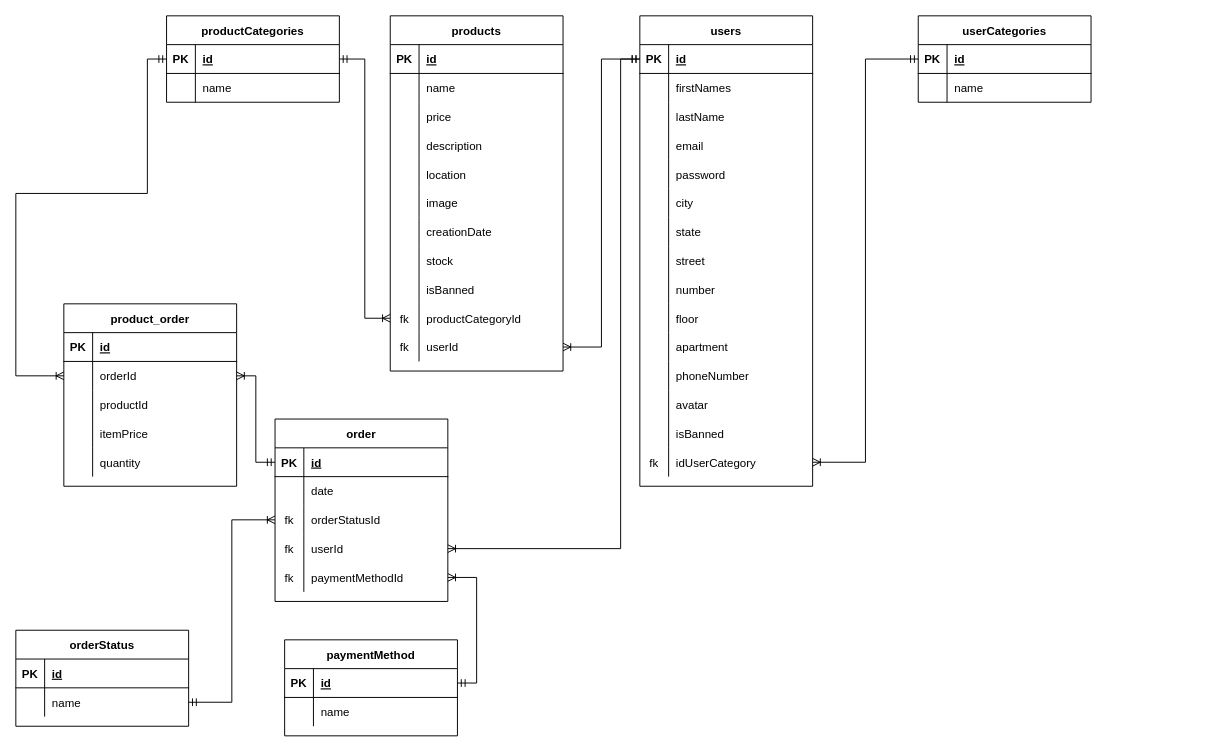
Before: diagrama-db/diagrama.drawio in 0920CDFSNCN27ARED/grupo-04, a draw.io diagram. Source tidied: cells renumbered, new cells numbered last; positions are measured from the earlier drawing's top-left corner, leaving out a move shared by most shapes. Both pictures are drawn from the tidied source at 96%, with x=0, y=0 at pixel (15, 15).
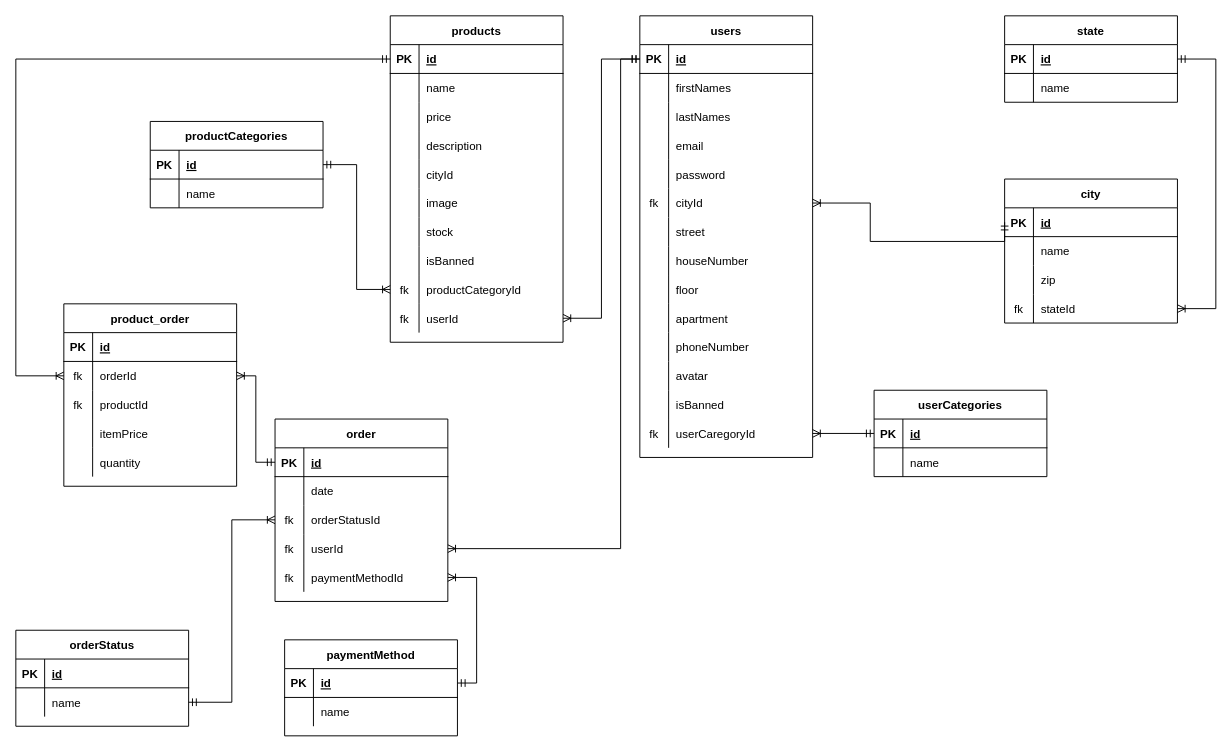
Above is the later version.

Commit message:
Mejoras en diagrama de DB

The change refers to these unchanged cells:
```xml
<mxCell id="9" style="shape=partialRectangle;fillColor=none;top=0;left=0;bottom=0;right=0;" parent="2" vertex="1">
  <mxGeometry y="90" width="180" height="30" as="geometry" />
</mxCell>
<mxCell id="18" style="shape=partialRectangle;fillColor=none;top=0;left=0;bottom=0;right=0;" parent="2" vertex="1">
  <mxGeometry y="180" width="180" height="30" as="geometry" />
</mxCell>
<mxCell id="57" style="shape=partialRectangle;fillColor=none;top=0;left=0;bottom=1;right=0;points=[[0,0.5],[1,0.5]];portConstraint=eastwest;" parent="56" vertex="1">
  <mxGeometry y="30" width="180" height="30" as="geometry" />
</mxCell>
<mxCell id="69" style="shape=partialRectangle;fillColor=none;top=0;left=0;bottom=0;right=0;" parent="56" vertex="1">
  <mxGeometry y="150" width="180" height="30" as="geometry" />
</mxCell>
<mxCell id="92" style="shape=partialRectangle;fillColor=none;top=0;left=0;bottom=1;right=0;points=[[0,0.5],[1,0.5]];portConstraint=eastwest;" parent="91" vertex="1">
  <mxGeometry y="30" width="180" height="30" as="geometry" />
</mxCell>
<mxCell id="128" style="shape=partialRectangle;fillColor=none;top=0;left=0;bottom=0;right=0;points=[[0,0.5],[1,0.5]];portConstraint=eastwest;" parent="124" vertex="1">
  <mxGeometry y="60" width="180" height="30" as="geometry" />
</mxCell>
<mxCell id="131" style="shape=partialRectangle;fillColor=none;top=0;left=0;bottom=0;right=0;" parent="124" vertex="1">
  <mxGeometry y="90" width="180" height="30" as="geometry" />
</mxCell>
```

The edit, as a diff of the source:
```diff
@@
     <mxCell id="2" value="users" style="shape=table;startSize=30;childLayout=tableLayout;rowLines=0;fontStyle=1;align=center;" parent="1" vertex="1">
-      <mxGeometry x="650" width="180" height="490" as="geometry" />
+      <mxGeometry x="650" width="180" height="460" as="geometry" />
     </mxCell>
@@
-    <mxCell id="11" value="lastName" style="shape=partialRectangle;fillColor=none;top=0;left=0;bottom=0;right=0;align=left;spacingLeft=6;overflow=hidden;" parent="9" vertex="1">
+    <mxCell id="11" value="lastNames" style="shape=partialRectangle;fillColor=none;top=0;left=0;bottom=0;right=0;align=left;spacingLeft=6;overflow=hidden;" parent="9" vertex="1">
       <mxGeometry x="30" width="150" height="30" as="geometry" />
     </mxCell>
@@
-    <mxCell id="19" style="shape=partialRectangle;fillColor=none;top=0;left=0;bottom=0;right=0;overflow=hidden;" parent="18" vertex="1">
+    <mxCell id="19" value="fk" style="shape=partialRectangle;fillColor=none;top=0;left=0;bottom=0;right=0;overflow=hidden;" parent="18" vertex="1">
       <mxGeometry width="30" height="30" as="geometry" />
     </mxCell>
-    <mxCell id="20" value="city" style="shape=partialRectangle;fillColor=none;top=0;left=0;bottom=0;right=0;align=left;spacingLeft=6;overflow=hidden;" parent="18" vertex="1">
+    <mxCell id="20" value="cityId" style="shape=partialRectangle;fillColor=none;top=0;left=0;bottom=0;right=0;align=left;spacingLeft=6;overflow=hidden;" parent="18" vertex="1">
       <mxGeometry x="30" width="150" height="30" as="geometry" />
     </mxCell>
-    <mxCell id="21" style="shape=partialRectangle;fillColor=none;top=0;left=0;bottom=0;right=0;" parent="2" vertex="1">
-      <mxGeometry y="210" width="180" height="30" as="geometry" />
-    </mxCell>
-    <mxCell id="22" style="shape=partialRectangle;fillColor=none;top=0;left=0;bottom=0;right=0;overflow=hidden;" parent="21" vertex="1">
-      <mxGeometry width="30" height="30" as="geometry" />
-    </mxCell>
-    <mxCell id="23" value="state" style="shape=partialRectangle;fillColor=none;top=0;left=0;bottom=0;right=0;align=left;spacingLeft=6;overflow=hidden;" parent="21" vertex="1">
-      <mxGeometry x="30" width="150" height="30" as="geometry" />
-    </mxCell>
     <mxCell id="24" style="shape=partialRectangle;fillColor=none;top=0;left=0;bottom=0;right=0;" parent="2" vertex="1">
-      <mxGeometry y="240" width="180" height="30" as="geometry" />
+      <mxGeometry y="210" width="180" height="30" as="geometry" />
     </mxCell>
@@
     <mxCell id="27" style="shape=partialRectangle;fillColor=none;top=0;left=0;bottom=0;right=0;" parent="2" vertex="1">
-      <mxGeometry y="270" width="180" height="30" as="geometry" />
+      <mxGeometry y="240" width="180" height="30" as="geometry" />
     </mxCell>
@@
-    <mxCell id="29" value="number" style="shape=partialRectangle;fillColor=none;top=0;left=0;bottom=0;right=0;align=left;spacingLeft=6;overflow=hidden;" parent="27" vertex="1">
+    <mxCell id="29" value="houseNumber" style="shape=partialRectangle;fillColor=none;top=0;left=0;bottom=0;right=0;align=left;spacingLeft=6;overflow=hidden;" parent="27" vertex="1">
       <mxGeometry x="30" width="150" height="30" as="geometry" />
     </mxCell>
     <mxCell id="30" style="shape=partialRectangle;fillColor=none;top=0;left=0;bottom=0;right=0;" parent="2" vertex="1">
-      <mxGeometry y="300" width="180" height="30" as="geometry" />
+      <mxGeometry y="270" width="180" height="30" as="geometry" />
     </mxCell>
@@
     <mxCell id="33" style="shape=partialRectangle;fillColor=none;top=0;left=0;bottom=0;right=0;" parent="2" vertex="1">
-      <mxGeometry y="330" width="180" height="30" as="geometry" />
+      <mxGeometry y="300" width="180" height="30" as="geometry" />
     </mxCell>
@@
     <mxCell id="36" style="shape=partialRectangle;fillColor=none;top=0;left=0;bottom=0;right=0;" parent="2" vertex="1">
-      <mxGeometry y="360" width="180" height="30" as="geometry" />
+      <mxGeometry y="330" width="180" height="30" as="geometry" />
     </mxCell>
@@
     <mxCell id="39" style="shape=partialRectangle;fillColor=none;top=0;left=0;bottom=0;right=0;" parent="2" vertex="1">
-      <mxGeometry y="390" width="180" height="30" as="geometry" />
+      <mxGeometry y="360" width="180" height="30" as="geometry" />
     </mxCell>
@@
     <mxCell id="42" style="shape=partialRectangle;fillColor=none;top=0;left=0;bottom=0;right=0;" parent="2" vertex="1">
-      <mxGeometry y="420" width="180" height="30" as="geometry" />
+      <mxGeometry y="390" width="180" height="30" as="geometry" />
     </mxCell>
@@
     <mxCell id="45" style="shape=partialRectangle;fillColor=none;top=0;left=0;bottom=0;right=0;points=[[0,0.5],[1,0.5]];portConstraint=eastwest;" parent="2" vertex="1">
-      <mxGeometry y="450" width="180" height="30" as="geometry" />
+      <mxGeometry y="420" width="180" height="30" as="geometry" />
     </mxCell>
@@
-    <mxCell id="47" value="idUserCategory" style="shape=partialRectangle;fillColor=none;top=0;left=0;bottom=0;right=0;align=left;spacingLeft=6;overflow=hidden;" parent="45" vertex="1">
+    <mxCell id="47" value="userCaregoryId" style="shape=partialRectangle;fillColor=none;top=0;left=0;bottom=0;right=0;align=left;spacingLeft=6;overflow=hidden;" parent="45" vertex="1">
       <mxGeometry x="30" width="150" height="30" as="geometry" />
     </mxCell>
     <mxCell id="48" value="userCategories" style="shape=table;startSize=30;childLayout=tableLayout;rowLines=0;fontStyle=1;align=center;" parent="1" vertex="1">
-      <mxGeometry x="940" width="180" height="90" as="geometry" />
+      <mxGeometry x="894" y="390" width="180" height="90" as="geometry" />
     </mxCell>
@@
     <mxCell id="56" value="products" style="shape=table;startSize=30;childLayout=tableLayout;rowLines=0;fontStyle=1;align=center;" parent="1" vertex="1">
-      <mxGeometry x="390" width="180" height="370" as="geometry" />
+      <mxGeometry x="390" width="180" height="340" as="geometry" />
     </mxCell>
@@
-    <mxCell id="71" value="location" style="shape=partialRectangle;fillColor=none;top=0;left=0;bottom=0;right=0;align=left;spacingLeft=6;overflow=hidden;" parent="69" vertex="1">
+    <mxCell id="71" value="cityId" style="shape=partialRectangle;fillColor=none;top=0;left=0;bottom=0;right=0;align=left;spacingLeft=6;overflow=hidden;" parent="69" vertex="1">
       <mxGeometry x="30" width="150" height="30" as="geometry" />
     </mxCell>
@@
-    <mxCell id="75" style="shape=partialRectangle;fillColor=none;top=0;left=0;bottom=0;right=0;" parent="56" vertex="1">
-      <mxGeometry y="210" width="180" height="30" as="geometry" />
-    </mxCell>
-    <mxCell id="76" style="shape=partialRectangle;fillColor=none;top=0;left=0;bottom=0;right=0;overflow=hidden;" parent="75" vertex="1">
-      <mxGeometry width="30" height="30" as="geometry" />
-    </mxCell>
-    <mxCell id="77" value="creationDate" style="shape=partialRectangle;fillColor=none;top=0;left=0;bottom=0;right=0;align=left;spacingLeft=6;overflow=hidden;" parent="75" vertex="1">
-      <mxGeometry x="30" width="150" height="30" as="geometry" />
-    </mxCell>
     <mxCell id="78" style="shape=partialRectangle;fillColor=none;top=0;left=0;bottom=0;right=0;" parent="56" vertex="1">
-      <mxGeometry y="240" width="180" height="30" as="geometry" />
+      <mxGeometry y="210" width="180" height="30" as="geometry" />
     </mxCell>
@@
     <mxCell id="81" style="shape=partialRectangle;fillColor=none;top=0;left=0;bottom=0;right=0;" parent="56" vertex="1">
-      <mxGeometry y="270" width="180" height="30" as="geometry" />
+      <mxGeometry y="240" width="180" height="30" as="geometry" />
     </mxCell>
@@
     <mxCell id="84" style="shape=partialRectangle;fillColor=none;top=0;left=0;bottom=0;right=0;points=[[0,0.5],[1,0.5]];portConstraint=eastwest;" parent="56" vertex="1">
-      <mxGeometry y="300" width="180" height="30" as="geometry" />
+      <mxGeometry y="270" width="180" height="30" as="geometry" />
     </mxCell>
@@
     <mxCell id="87" style="shape=partialRectangle;fillColor=none;top=0;left=0;bottom=0;right=0;points=[[0,0.5],[1,0.5]];portConstraint=eastwest;" parent="56" vertex="1">
-      <mxGeometry y="330" width="180" height="30" as="geometry" />
+      <mxGeometry y="300" width="180" height="30" as="geometry" />
     </mxCell>
@@
     <mxCell id="91" value="productCategories" style="shape=table;startSize=30;childLayout=tableLayout;rowLines=0;fontStyle=1;align=center;" parent="1" vertex="1">
-      <mxGeometry x="157" width="180" height="90" as="geometry" />
+      <mxGeometry x="140" y="110" width="180" height="90" as="geometry" />
     </mxCell>
@@
-    <mxCell id="129" style="shape=partialRectangle;fillColor=none;top=0;left=0;bottom=0;right=0;overflow=hidden;" parent="128" vertex="1">
+    <mxCell id="129" value="fk" style="shape=partialRectangle;fillColor=none;top=0;left=0;bottom=0;right=0;overflow=hidden;" parent="128" vertex="1">
       <mxGeometry width="30" height="30" as="geometry" />
     </mxCell>
@@
-    <mxCell id="132" style="shape=partialRectangle;fillColor=none;top=0;left=0;bottom=0;right=0;overflow=hidden;" parent="131" vertex="1">
+    <mxCell id="132" value="fk" style="shape=partialRectangle;fillColor=none;top=0;left=0;bottom=0;right=0;overflow=hidden;" parent="131" vertex="1">
       <mxGeometry width="30" height="30" as="geometry" />
     </mxCell>
@@
-    <mxCell id="149" style="edgeStyle=orthogonalEdgeStyle;rounded=0;jettySize=auto;html=1;startArrow=ERoneToMany;startFill=0;endArrow=ERmandOne;endFill=0;exitX=0;exitY=0.5;exitDx=0;exitDy=0;" parent="1" edge="1" source="128" target="92">
+    <mxCell id="149" style="edgeStyle=orthogonalEdgeStyle;rounded=0;jettySize=auto;html=1;startArrow=ERoneToMany;startFill=0;endArrow=ERmandOne;endFill=0;exitX=0;exitY=0.5;exitDx=0;exitDy=0;" parent="1" edge="1" source="128" target="57">
       <mxGeometry relative="1" as="geometry">
         <Array as="points">
           <mxPoint y="375" />
-          <mxPoint y="185" />
-          <mxPoint x="137" y="185" />
-          <mxPoint x="137" y="45" />
+          <mxPoint y="45" />
         </Array>
       </mxGeometry>
     </mxCell>
+    <mxCell id="150" style="edgeStyle=orthogonalEdgeStyle;rounded=0;jettySize=auto;html=1;entryX=0;entryY=0.5;entryDx=0;entryDy=0;startArrow=ERoneToMany;startFill=0;endArrow=ERmandOne;endFill=0;" parent="1" edge="1" target="152">
+      <mxGeometry relative="1" as="geometry">
+        <mxPoint x="830" y="195" as="sourcePoint" />
+        <Array as="points">
+          <mxPoint x="890" y="195" />
+          <mxPoint x="890" y="235" />
+        </Array>
+      </mxGeometry>
+    </mxCell>
+    <mxCell id="151" value="city" style="shape=table;startSize=30;childLayout=tableLayout;rowLines=0;fontStyle=1;align=center;" parent="1" vertex="1">
+      <mxGeometry x="1030" y="170" width="180" height="150" as="geometry" />
+    </mxCell>
+    <mxCell id="152" style="shape=partialRectangle;fillColor=none;top=0;left=0;bottom=1;right=0;points=[[0,0.5],[1,0.5]];portConstraint=eastwest;" parent="151" vertex="1">
+      <mxGeometry y="30" width="180" height="30" as="geometry" />
+    </mxCell>
+    <mxCell id="153" value="PK" style="shape=partialRectangle;fillColor=none;top=0;left=0;bottom=0;right=0;fontStyle=1;overflow=hidden;" parent="152" vertex="1">
+      <mxGeometry width="30" height="30" as="geometry" />
+    </mxCell>
+    <mxCell id="154" value="id" style="shape=partialRectangle;fillColor=none;top=0;left=0;bottom=0;right=0;align=left;spacingLeft=6;fontStyle=5;overflow=hidden;" parent="152" vertex="1">
+      <mxGeometry x="30" width="150" height="30" as="geometry" />
+    </mxCell>
+    <mxCell id="155" style="shape=partialRectangle;fillColor=none;top=0;left=0;bottom=0;right=0;" parent="151" vertex="1">
+      <mxGeometry y="60" width="180" height="30" as="geometry" />
+    </mxCell>
+    <mxCell id="156" style="shape=partialRectangle;fillColor=none;top=0;left=0;bottom=0;right=0;overflow=hidden;" parent="155" vertex="1">
+      <mxGeometry width="30" height="30" as="geometry" />
+    </mxCell>
+    <mxCell id="157" value="name" style="shape=partialRectangle;fillColor=none;top=0;left=0;bottom=0;right=0;align=left;spacingLeft=6;overflow=hidden;" parent="155" vertex="1">
+      <mxGeometry x="30" width="150" height="30" as="geometry" />
+    </mxCell>
+    <mxCell id="158" style="shape=partialRectangle;fillColor=none;top=0;left=0;bottom=0;right=0;" parent="151" vertex="1">
+      <mxGeometry y="90" width="180" height="30" as="geometry" />
+    </mxCell>
+    <mxCell id="159" style="shape=partialRectangle;fillColor=none;top=0;left=0;bottom=0;right=0;overflow=hidden;" parent="158" vertex="1">
+      <mxGeometry width="30" height="30" as="geometry" />
+    </mxCell>
+    <mxCell id="160" value="zip" style="shape=partialRectangle;fillColor=none;top=0;left=0;bottom=0;right=0;align=left;spacingLeft=6;overflow=hidden;" parent="158" vertex="1">
+      <mxGeometry x="30" width="150" height="30" as="geometry" />
+    </mxCell>
+    <mxCell id="161" style="shape=partialRectangle;fillColor=none;top=0;left=0;bottom=0;right=0;points=[[0,0.5],[1,0.5]];portConstraint=eastwest;" parent="151" vertex="1">
+      <mxGeometry y="120" width="180" height="30" as="geometry" />
+    </mxCell>
+    <mxCell id="162" value="fk" style="shape=partialRectangle;fillColor=none;top=0;left=0;bottom=0;right=0;overflow=hidden;" parent="161" vertex="1">
+      <mxGeometry width="30" height="30" as="geometry" />
+    </mxCell>
+    <mxCell id="163" value="stateId" style="shape=partialRectangle;fillColor=none;top=0;left=0;bottom=0;right=0;align=left;spacingLeft=6;overflow=hidden;" parent="161" vertex="1">
+      <mxGeometry x="30" width="150" height="30" as="geometry" />
+    </mxCell>
+    <mxCell id="23" value="state" style="shape=table;startSize=30;childLayout=tableLayout;rowLines=0;fontStyle=1;align=center;" parent="1" vertex="1">
+      <mxGeometry x="1030" width="180" height="90" as="geometry" />
+    </mxCell>
+    <mxCell id="164" style="shape=partialRectangle;fillColor=none;top=0;left=0;bottom=1;right=0;points=[[0,0.5],[1,0.5]];portConstraint=eastwest;" parent="23" vertex="1">
+      <mxGeometry y="30" width="180" height="30" as="geometry" />
+    </mxCell>
+    <mxCell id="165" value="PK" style="shape=partialRectangle;fillColor=none;top=0;left=0;bottom=0;right=0;fontStyle=1;overflow=hidden;" parent="164" vertex="1">
+      <mxGeometry width="30" height="30" as="geometry" />
+    </mxCell>
+    <mxCell id="166" value="id" style="shape=partialRectangle;fillColor=none;top=0;left=0;bottom=0;right=0;align=left;spacingLeft=6;fontStyle=5;overflow=hidden;" parent="164" vertex="1">
+      <mxGeometry x="30" width="150" height="30" as="geometry" />
+    </mxCell>
+    <mxCell id="167" style="shape=partialRectangle;fillColor=none;top=0;left=0;bottom=0;right=0;" parent="23" vertex="1">
+      <mxGeometry y="60" width="180" height="30" as="geometry" />
+    </mxCell>
+    <mxCell id="168" style="shape=partialRectangle;fillColor=none;top=0;left=0;bottom=0;right=0;overflow=hidden;" parent="167" vertex="1">
+      <mxGeometry width="30" height="30" as="geometry" />
+    </mxCell>
+    <mxCell id="169" value="name" style="shape=partialRectangle;fillColor=none;top=0;left=0;bottom=0;right=0;align=left;spacingLeft=6;overflow=hidden;" parent="167" vertex="1">
+      <mxGeometry x="30" width="150" height="30" as="geometry" />
+    </mxCell>
+    <mxCell id="170" style="edgeStyle=orthogonalEdgeStyle;rounded=0;jettySize=auto;html=1;entryX=1;entryY=0.5;entryDx=0;entryDy=0;startArrow=ERoneToMany;startFill=0;endArrow=ERmandOne;endFill=0;" parent="1" edge="1" source="161" target="164">
+      <mxGeometry relative="1" as="geometry">
+        <Array as="points">
+          <mxPoint x="1250" y="305" />
+          <mxPoint x="1250" y="45" />
+        </Array>
+      </mxGeometry>
+    </mxCell>
```
